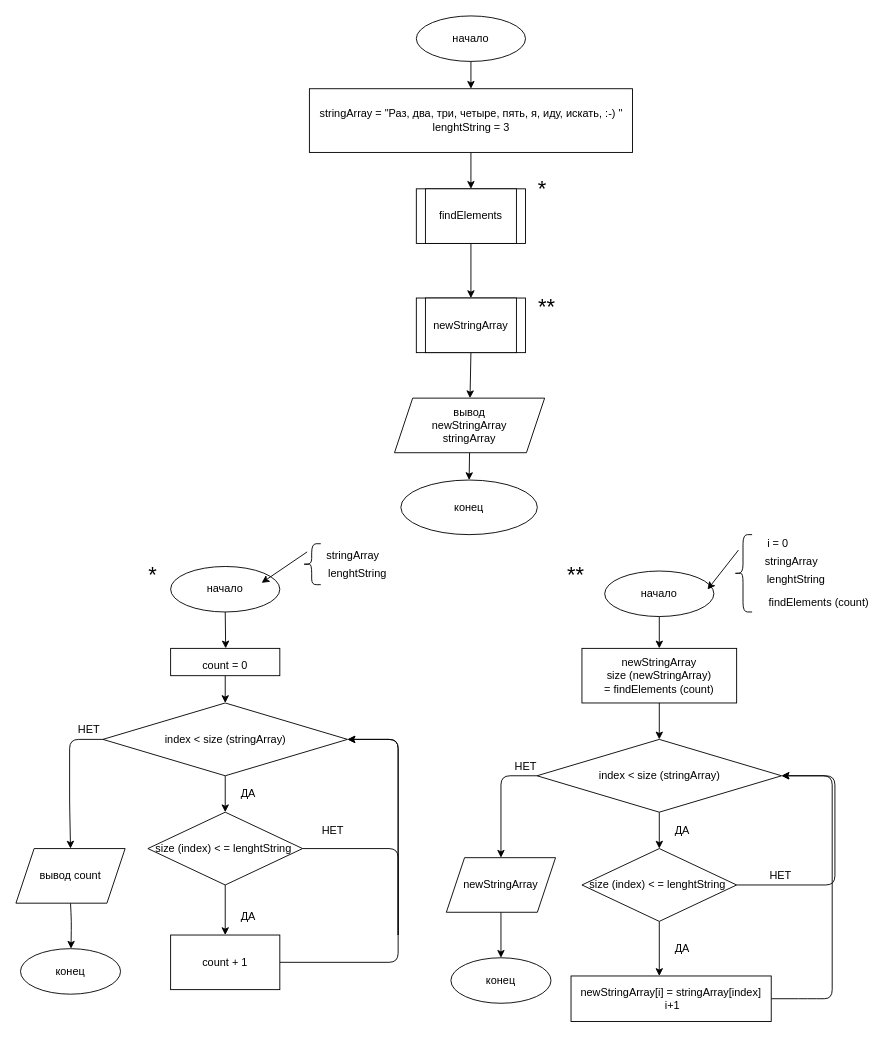
MazurovaEA/Exams keeps this draw.io diagram as BS.dio. Above is the earlier version. Source tidied: cells renumbered, new cells numbered last; positions are measured from the earlier drawing's top-left corner, leaving out a move shared by most shapes. Both pictures are drawn from the tidied source at 91%, with x=0, y=0 at pixel (15, 15).
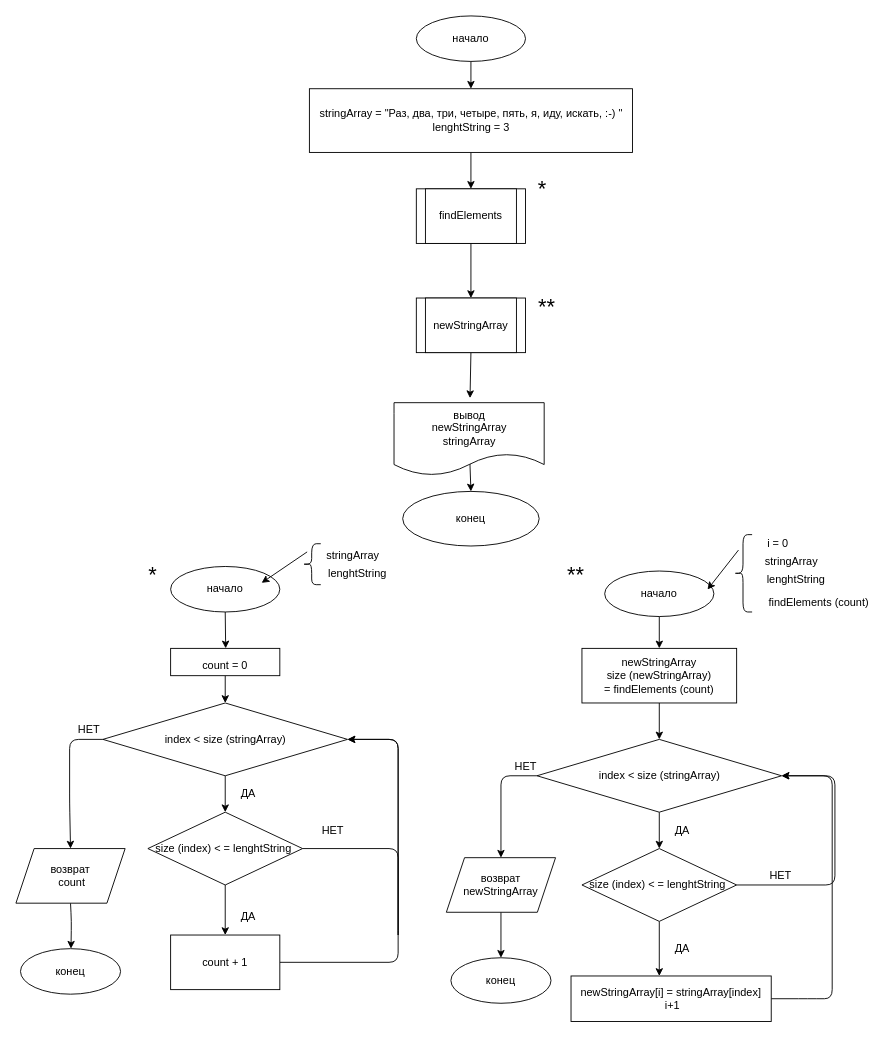
The same page after the edit.

Commit message:
небольшая корректировка блок-схемы

Diff of the diagram source:
```diff
@@
-    <mxCell id="12" style="edgeStyle=none;html=1;exitX=0.5;exitY=1;exitDx=0;exitDy=0;entryX=0.5;entryY=0;entryDx=0;entryDy=0;" parent="1" edge="1" source="13" target="14">
-      <mxGeometry relative="1" as="geometry" />
+    <mxCell id="12" style="edgeStyle=none;html=1;exitX=0.5;exitY=1;exitDx=0;exitDy=0;entryX=0.5;entryY=0;entryDx=0;entryDy=0;" parent="1" edge="1" target="14">
+      <mxGeometry relative="1" as="geometry">
+        <mxPoint x="498.5" y="480" as="sourcePoint" />
+      </mxGeometry>
     </mxCell>
-    <mxCell id="13" value="вывод &lt;br&gt;newStringArray&lt;br&gt;stringArray" style="shape=parallelogram;perimeter=parallelogramPerimeter;whiteSpace=wrap;html=1;fixedSize=1;" parent="1" vertex="1">
-      <mxGeometry x="416" y="420" width="165" height="60" as="geometry" />
-    </mxCell>
     <mxCell id="14" value="конец" style="ellipse;whiteSpace=wrap;html=1;" parent="1" vertex="1">
-      <mxGeometry x="423" y="510" width="150" height="60" as="geometry" />
+      <mxGeometry x="425" y="522.5" width="150" height="60" as="geometry" />
     </mxCell>
@@
-    <mxCell id="37" value="вывод count" style="shape=parallelogram;perimeter=parallelogramPerimeter;whiteSpace=wrap;html=1;fixedSize=1;fontSize=12;" parent="1" vertex="1">
+    <mxCell id="37" value="возврат&lt;br&gt;&amp;nbsp;count" style="shape=parallelogram;perimeter=parallelogramPerimeter;whiteSpace=wrap;html=1;fixedSize=1;fontSize=12;" parent="1" vertex="1">
       <mxGeometry y="915" width="120" height="60" as="geometry" />
     </mxCell>
@@
-    <mxCell id="52" value="newStringArray" style="shape=parallelogram;perimeter=parallelogramPerimeter;whiteSpace=wrap;html=1;fixedSize=1;fontSize=12;" parent="1" vertex="1">
+    <mxCell id="52" value="возврат newStringArray" style="shape=parallelogram;perimeter=parallelogramPerimeter;whiteSpace=wrap;html=1;fixedSize=1;fontSize=12;" parent="1" vertex="1">
       <mxGeometry x="473" y="925" width="120" height="60" as="geometry" />
     </mxCell>
@@
+    <mxCell id="13" value="&lt;span&gt;вывод&lt;/span&gt;&lt;br&gt;&lt;span&gt;newStringArray&lt;/span&gt;&lt;br&gt;&lt;span&gt;stringArray&lt;/span&gt;" style="shape=document;whiteSpace=wrap;html=1;boundedLbl=1;fontSize=12;" parent="1" vertex="1">
+      <mxGeometry x="415.5" y="425" width="165" height="80" as="geometry" />
+    </mxCell>
```
